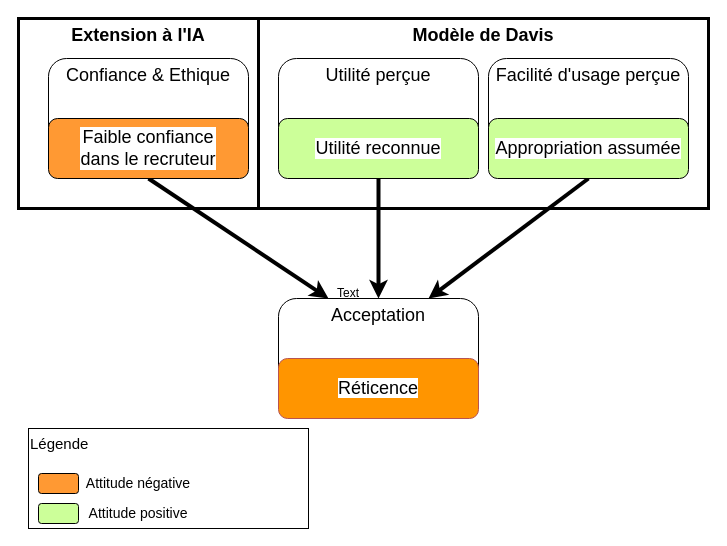
Above: page "Réponses questionnaire-Méthode TAM Adaptée" (4 of 5) of Relation individu-données-technologies.drawio in Fabrice-64/Drawings (draw.io), before the change. Source tidied: cells renumbered, new cells numbered last; positions are measured from the earlier drawing's top-left corner, leaving out a move shared by most shapes. Both pictures are drawn from the tidied source at 100%, with x=0, y=0 at pixel (18, 18).
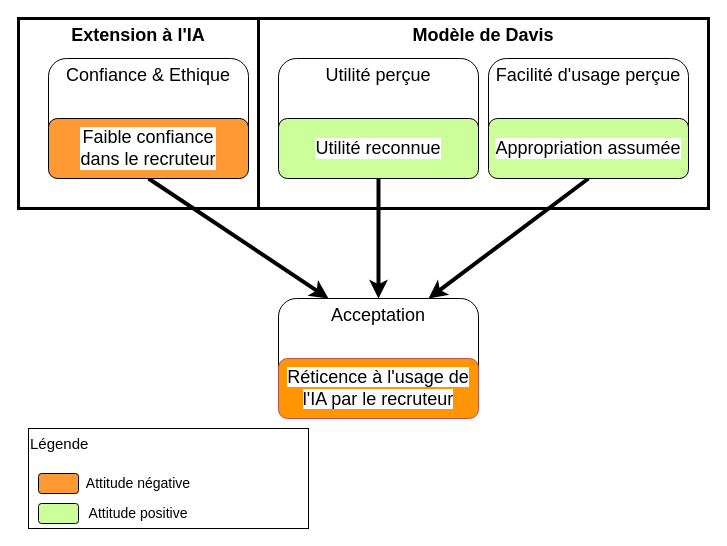
The same diagram, later.

Commit message:
Mettre à jour Relation individu-données-technologies.drawio

The edit, as a diff of the source:
```diff
@@
-    <mxCell id="13" value="&lt;span style=&quot;font-size: 18px; background-color: rgb(255, 255, 255);&quot;&gt;Réticence&lt;/span&gt;" style="rounded=1;whiteSpace=wrap;html=1;fillColor=light-dark(#ff9500, #ff9090);strokeColor=#b85450;" parent="1" vertex="1">
+    <mxCell id="13" value="&lt;span style=&quot;font-size: 18px; background-color: rgb(255, 255, 255);&quot;&gt;Réticence à l'usage de l'IA par le recruteur&lt;/span&gt;" style="rounded=1;whiteSpace=wrap;html=1;fillColor=light-dark(#ff9500, #ff9090);strokeColor=#b85450;" parent="1" vertex="1">
       <mxGeometry x="260" y="340" width="200" height="60" as="geometry" />
     </mxCell>
@@
-    <mxCell id="17" value="Text" style="text;html=1;align=center;verticalAlign=middle;whiteSpace=wrap;rounded=0;" parent="1" vertex="1">
-      <mxGeometry x="300" y="260" width="60" height="30" as="geometry" />
-    </mxCell>
```
